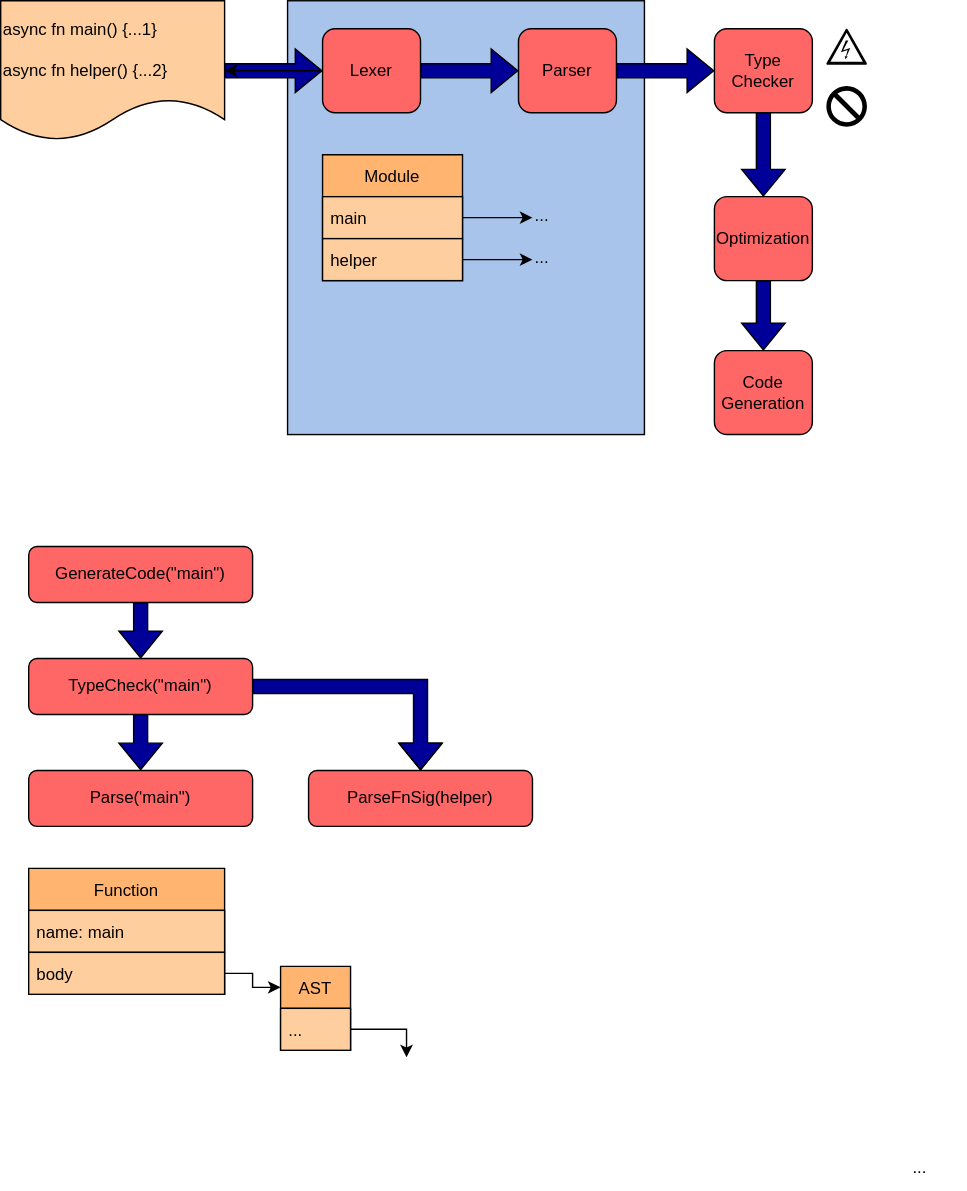
Above: content/images/Salsa-2.drawio.svg in nikomatsakis/plmw-2022 (draw.io), before the change. Source tidied: cells renumbered, new cells last; positions are measured from the earlier drawing's top-left corner, leaving out a move shared by most shapes. Its diagram source:
```xml
<mxGraphModel>
  <root>
    <mxCell id="0" />
    <mxCell id="1" parent="0" />
    <mxCell id="2" style="rounded=0;whiteSpace=wrap;html=1;fillColor=#A9C4EB;align=center;" parent="1" vertex="1">
      <mxGeometry x="205" width="255" height="310" as="geometry" />
    </mxCell>
    <mxCell id="3" style="edgeStyle=orthogonalEdgeStyle;rounded=0;jettySize=auto;html=1;entryX=0;entryY=0.5;entryDx=0;entryDy=0;shape=flexArrow;fillColor=#000099;" parent="1" edge="1" source="4" target="6">
      <mxGeometry relative="1" as="geometry" />
    </mxCell>
    <mxCell id="4" value="&lt;div align=&quot;left&quot;&gt;async fn main() {...1}&lt;/div&gt;&lt;div align=&quot;left&quot;&gt;&lt;br&gt;&lt;/div&gt;&lt;div align=&quot;left&quot;&gt;async fn helper() {...2}&lt;br&gt;&lt;/div&gt;" style="shape=document;whiteSpace=wrap;html=1;boundedLbl=1;align=left;fillColor=#FFCE9F;" parent="1" vertex="1">
      <mxGeometry width="160" height="100" as="geometry" />
    </mxCell>
    <mxCell id="5" style="edgeStyle=orthogonalEdgeStyle;rounded=0;jettySize=auto;html=1;" parent="1" edge="1" source="6" target="4">
      <mxGeometry relative="1" as="geometry" />
    </mxCell>
    <mxCell id="6" value="Lexer" style="rounded=1;whiteSpace=wrap;html=1;align=center;fillColor=#FF6666;" parent="1" vertex="1">
      <mxGeometry x="230" y="20" width="70" height="60" as="geometry" />
    </mxCell>
    <mxCell id="7" value="Module" style="swimlane;fontStyle=0;horizontal=1;startSize=30;align=center;fillColor=#FFB570;strokeColor=#000000;" parent="1" vertex="1">
      <mxGeometry x="230" y="110" width="100" height="90" as="geometry" />
    </mxCell>
    <mxCell id="8" value="main" style="text;strokeColor=#000000;fillColor=#FFCE9F;align=left;verticalAlign=middle;spacingLeft=4;spacingRight=4;overflow=hidden;points=[[0,0.5],[1,0.5]];portConstraint=eastwest;" parent="7" vertex="1">
      <mxGeometry y="30" width="100" height="30" as="geometry" />
    </mxCell>
    <mxCell id="9" value="helper" style="text;strokeColor=#000000;fillColor=#FFCE9F;align=left;verticalAlign=middle;spacingLeft=4;spacingRight=4;overflow=hidden;points=[[0,0.5],[1,0.5]];portConstraint=eastwest;" parent="7" vertex="1">
      <mxGeometry y="60" width="100" height="30" as="geometry" />
    </mxCell>
    <mxCell id="10" style="edgeStyle=orthogonalEdgeStyle;rounded=0;jettySize=auto;html=1;entryX=0;entryY=0.5;entryDx=0;entryDy=0;" parent="1" edge="1" source="8" target="15">
      <mxGeometry relative="1" as="geometry" />
    </mxCell>
    <mxCell id="11" value="..." style="text;whiteSpace=wrap;html=1;" parent="1" vertex="1">
      <mxGeometry x="380" y="170" width="40" height="30" as="geometry" />
    </mxCell>
    <mxCell id="12" style="edgeStyle=orthogonalEdgeStyle;rounded=0;jettySize=auto;html=1;entryX=0;entryY=0.5;entryDx=0;entryDy=0;" parent="1" edge="1" source="9" target="11">
      <mxGeometry relative="1" as="geometry" />
    </mxCell>
    <mxCell id="13" value="&lt;div align=&quot;center&quot;&gt;Parser&lt;/div&gt;" style="rounded=1;whiteSpace=wrap;html=1;align=center;fillColor=#FF6666;" parent="1" vertex="1">
      <mxGeometry x="370" y="20" width="70" height="60" as="geometry" />
    </mxCell>
    <mxCell id="14" style="edgeStyle=orthogonalEdgeStyle;rounded=0;jettySize=auto;html=1;entryX=0;entryY=0.5;entryDx=0;entryDy=0;shape=flexArrow;fillColor=#000099;" parent="1" edge="1" target="13">
      <mxGeometry relative="1" as="geometry">
        <mxPoint x="300" y="50" as="sourcePoint" />
      </mxGeometry>
    </mxCell>
    <mxCell id="15" value="..." style="text;whiteSpace=wrap;html=1;" parent="1" vertex="1">
      <mxGeometry x="380" y="140" width="40" height="30" as="geometry" />
    </mxCell>
    <mxCell id="16" value="&lt;div&gt;Type&lt;/div&gt;&lt;div&gt;Checker&lt;br&gt;&lt;/div&gt;" style="rounded=1;whiteSpace=wrap;html=1;align=center;fillColor=#FF6666;" parent="1" vertex="1">
      <mxGeometry x="510" y="20" width="70" height="60" as="geometry" />
    </mxCell>
    <mxCell id="17" style="edgeStyle=orthogonalEdgeStyle;rounded=0;jettySize=auto;html=1;entryX=0;entryY=0.5;entryDx=0;entryDy=0;shape=flexArrow;fillColor=#000099;" parent="1" edge="1" target="16">
      <mxGeometry relative="1" as="geometry">
        <mxPoint x="440" y="50" as="sourcePoint" />
      </mxGeometry>
    </mxCell>
    <mxCell id="18" value="Optimization" style="rounded=1;whiteSpace=wrap;html=1;align=center;fillColor=#FF6666;" parent="1" vertex="1">
      <mxGeometry x="510" y="140" width="70" height="60" as="geometry" />
    </mxCell>
    <mxCell id="19" style="shape=mxgraph.signs.safety.no;html=1;fillColor=#000000;strokeColor=none;verticalLabelPosition=bottom;verticalAlign=top;align=center;sketch=0;" parent="1" vertex="1">
      <mxGeometry x="590" y="61" width="29" height="29" as="geometry" />
    </mxCell>
    <mxCell id="20" style="shape=mxgraph.signs.safety.high_voltage_3;html=1;fillColor=#000000;strokeColor=none;verticalLabelPosition=bottom;verticalAlign=top;align=center;sketch=0;" parent="1" vertex="1">
      <mxGeometry x="590" y="20" width="29" height="25.8" as="geometry" />
    </mxCell>
    <mxCell id="21" style="edgeStyle=orthogonalEdgeStyle;rounded=0;jettySize=auto;html=1;shape=flexArrow;fillColor=#000099;exitX=0.5;exitY=1;exitDx=0;exitDy=0;" parent="1" edge="1" source="16" target="18">
      <mxGeometry relative="1" as="geometry" />
    </mxCell>
    <mxCell id="22" value="Code Generation" style="rounded=1;whiteSpace=wrap;html=1;align=center;fillColor=#FF6666;" parent="1" vertex="1">
      <mxGeometry x="510" y="250" width="70" height="60" as="geometry" />
    </mxCell>
    <mxCell id="23" style="edgeStyle=orthogonalEdgeStyle;rounded=0;jettySize=auto;html=1;shape=flexArrow;fillColor=#000099;" parent="1" edge="1" target="22">
      <mxGeometry relative="1" as="geometry">
        <mxPoint x="545" y="200" as="sourcePoint" />
      </mxGeometry>
    </mxCell>
    <mxCell id="24" value="GenerateCode(&quot;main&quot;)" style="rounded=1;whiteSpace=wrap;html=1;align=center;fillColor=#FF6666;" parent="1" vertex="1">
      <mxGeometry x="20" y="390" width="160" height="40" as="geometry" />
    </mxCell>
    <mxCell id="25" value="TypeCheck(&quot;main&quot;)" style="rounded=1;whiteSpace=wrap;html=1;align=center;fillColor=#FF6666;" parent="1" vertex="1">
      <mxGeometry x="20" y="470" width="160" height="40" as="geometry" />
    </mxCell>
    <mxCell id="26" value="Parse('main&quot;)" style="rounded=1;whiteSpace=wrap;html=1;align=center;fillColor=#FF6666;" parent="1" vertex="1">
      <mxGeometry x="20" y="550" width="160" height="40" as="geometry" />
    </mxCell>
    <mxCell id="27" value="ParseFnSig(helper)" style="rounded=1;whiteSpace=wrap;html=1;align=center;fillColor=#FF6666;" parent="1" vertex="1">
      <mxGeometry x="220" y="550" width="160" height="40" as="geometry" />
    </mxCell>
    <mxCell id="28" style="edgeStyle=orthogonalEdgeStyle;rounded=0;jettySize=auto;html=1;shape=flexArrow;fillColor=#000099;exitX=0.5;exitY=1;exitDx=0;exitDy=0;" parent="1" edge="1" source="24" target="25">
      <mxGeometry relative="1" as="geometry" />
    </mxCell>
    <mxCell id="29" style="edgeStyle=orthogonalEdgeStyle;rounded=0;jettySize=auto;html=1;shape=flexArrow;fillColor=#000099;entryX=0.5;entryY=0;entryDx=0;entryDy=0;" parent="1" edge="1" target="26">
      <mxGeometry relative="1" as="geometry">
        <mxPoint x="100" y="510" as="sourcePoint" />
      </mxGeometry>
    </mxCell>
    <mxCell id="30" style="edgeStyle=orthogonalEdgeStyle;rounded=0;jettySize=auto;html=1;shape=flexArrow;fillColor=#000099;exitX=1;exitY=0.5;exitDx=0;exitDy=0;" parent="1" edge="1" source="25" target="27">
      <mxGeometry relative="1" as="geometry" />
    </mxCell>
    <mxCell id="31" value="Function" style="swimlane;fontStyle=0;horizontal=1;startSize=30;align=center;strokeColor=#000000;fillColor=#FFB570;" parent="1" vertex="1">
      <mxGeometry x="20" y="620" width="140" height="90" as="geometry" />
    </mxCell>
    <mxCell id="32" value="name: main" style="text;strokeColor=#000000;fillColor=#FFCE9F;align=left;verticalAlign=middle;spacingLeft=4;spacingRight=4;overflow=hidden;" parent="31" vertex="1">
      <mxGeometry y="30" width="140" height="30" as="geometry" />
    </mxCell>
    <mxCell id="33" value="body" style="text;strokeColor=#000000;fillColor=#FFCE9F;align=left;verticalAlign=middle;spacingLeft=4;spacingRight=4;overflow=hidden;points=[[0,0.5],[1,0.5]];portConstraint=eastwest;" parent="31" vertex="1">
      <mxGeometry y="60" width="140" height="30" as="geometry" />
    </mxCell>
    <mxCell id="34" value="AST" style="swimlane;fontStyle=0;horizontal=1;startSize=30;align=center;fillColor=#FFB570;strokeColor=#000000;" parent="1" vertex="1">
      <mxGeometry x="200" y="690" width="50" height="60" as="geometry" />
    </mxCell>
    <mxCell id="35" value="..." style="text;strokeColor=#000000;fillColor=#FFCE9F;align=left;verticalAlign=middle;spacingLeft=4;spacingRight=4;overflow=hidden;points=[[0,0.5],[1,0.5]];portConstraint=eastwest;" parent="34" vertex="1">
      <mxGeometry y="30" width="50" height="30" as="geometry" />
    </mxCell>
    <mxCell id="36" style="edgeStyle=orthogonalEdgeStyle;rounded=0;jettySize=auto;html=1;exitX=1;exitY=0.5;exitDx=0;exitDy=0;entryX=0;entryY=0.25;entryDx=0;entryDy=0;" parent="1" edge="1" source="33" target="34">
      <mxGeometry relative="1" as="geometry" />
    </mxCell>
    <mxCell id="37" value="..." style="text;whiteSpace=wrap;html=1;" parent="1" vertex="1">
      <mxGeometry x="650" y="820" width="40" height="30" as="geometry" />
    </mxCell>
    <mxCell id="38" style="edgeStyle=orthogonalEdgeStyle;rounded=0;jettySize=auto;html=1;entryX=0;entryY=0.5;entryDx=0;entryDy=0;" parent="1" edge="1" source="35">
      <mxGeometry relative="1" as="geometry">
        <mxPoint x="290" y="755" as="targetPoint" />
      </mxGeometry>
    </mxCell>
  </root>
</mxGraphModel>
```
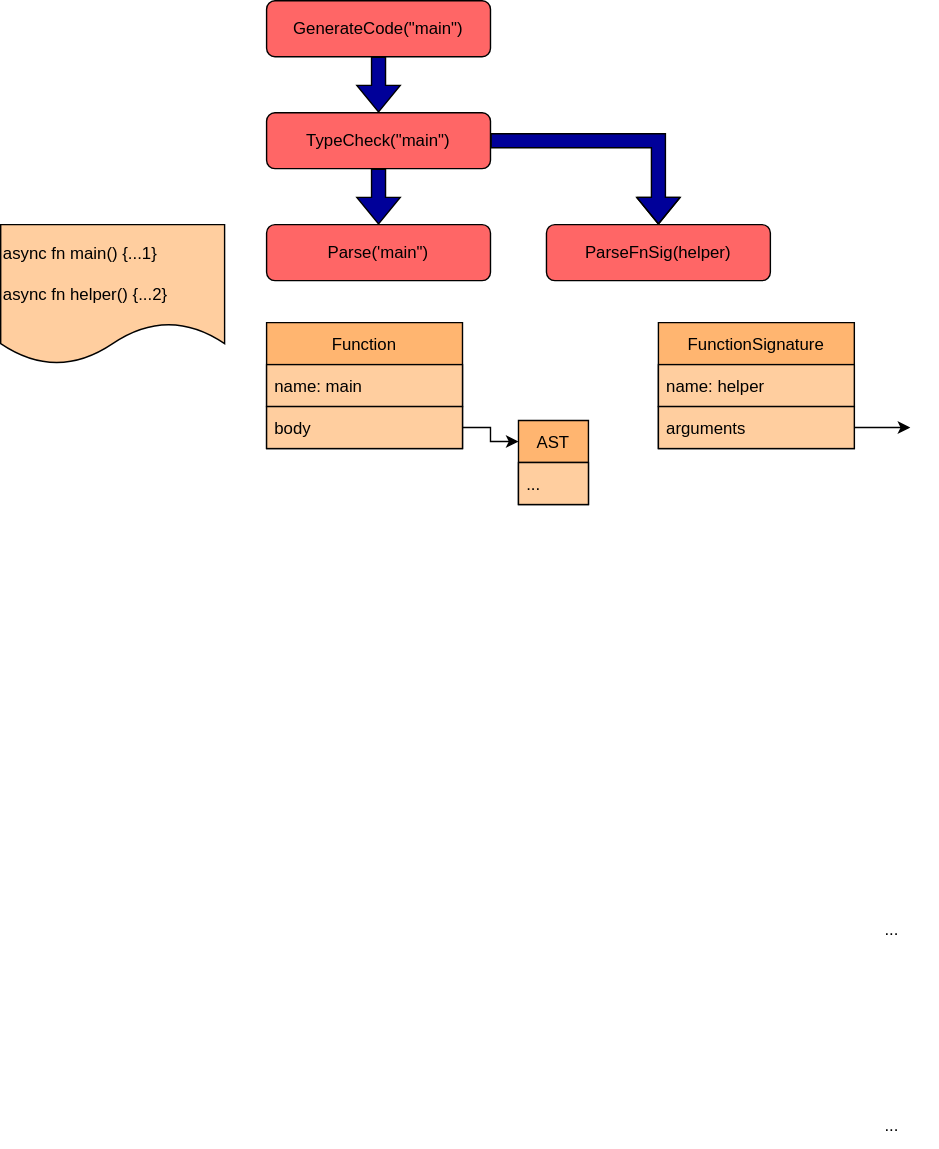
Above is the later version.

Diff of the diagram source:
```diff
@@ -2,78 +2,6 @@
   <root>
     <mxCell id="0" />
     <mxCell id="1" parent="0" />
-    <mxCell id="2" style="rounded=0;whiteSpace=wrap;html=1;fillColor=#A9C4EB;align=center;" parent="1" vertex="1">
-      <mxGeometry x="205" width="255" height="310" as="geometry" />
-    </mxCell>
-    <mxCell id="3" style="edgeStyle=orthogonalEdgeStyle;rounded=0;jettySize=auto;html=1;entryX=0;entryY=0.5;entryDx=0;entryDy=0;shape=flexArrow;fillColor=#000099;" parent="1" edge="1" source="4" target="6">
-      <mxGeometry relative="1" as="geometry" />
-    </mxCell>
-    <mxCell id="4" value="&lt;div align=&quot;left&quot;&gt;async fn main() {...1}&lt;/div&gt;&lt;div align=&quot;left&quot;&gt;&lt;br&gt;&lt;/div&gt;&lt;div align=&quot;left&quot;&gt;async fn helper() {...2}&lt;br&gt;&lt;/div&gt;" style="shape=document;whiteSpace=wrap;html=1;boundedLbl=1;align=left;fillColor=#FFCE9F;" parent="1" vertex="1">
-      <mxGeometry width="160" height="100" as="geometry" />
-    </mxCell>
-    <mxCell id="5" style="edgeStyle=orthogonalEdgeStyle;rounded=0;jettySize=auto;html=1;" parent="1" edge="1" source="6" target="4">
-      <mxGeometry relative="1" as="geometry" />
-    </mxCell>
-    <mxCell id="6" value="Lexer" style="rounded=1;whiteSpace=wrap;html=1;align=center;fillColor=#FF6666;" parent="1" vertex="1">
-      <mxGeometry x="230" y="20" width="70" height="60" as="geometry" />
-    </mxCell>
-    <mxCell id="7" value="Module" style="swimlane;fontStyle=0;horizontal=1;startSize=30;align=center;fillColor=#FFB570;strokeColor=#000000;" parent="1" vertex="1">
-      <mxGeometry x="230" y="110" width="100" height="90" as="geometry" />
-    </mxCell>
-    <mxCell id="8" value="main" style="text;strokeColor=#000000;fillColor=#FFCE9F;align=left;verticalAlign=middle;spacingLeft=4;spacingRight=4;overflow=hidden;points=[[0,0.5],[1,0.5]];portConstraint=eastwest;" parent="7" vertex="1">
-      <mxGeometry y="30" width="100" height="30" as="geometry" />
-    </mxCell>
-    <mxCell id="9" value="helper" style="text;strokeColor=#000000;fillColor=#FFCE9F;align=left;verticalAlign=middle;spacingLeft=4;spacingRight=4;overflow=hidden;points=[[0,0.5],[1,0.5]];portConstraint=eastwest;" parent="7" vertex="1">
-      <mxGeometry y="60" width="100" height="30" as="geometry" />
-    </mxCell>
-    <mxCell id="10" style="edgeStyle=orthogonalEdgeStyle;rounded=0;jettySize=auto;html=1;entryX=0;entryY=0.5;entryDx=0;entryDy=0;" parent="1" edge="1" source="8" target="15">
-      <mxGeometry relative="1" as="geometry" />
-    </mxCell>
-    <mxCell id="11" value="..." style="text;whiteSpace=wrap;html=1;" parent="1" vertex="1">
-      <mxGeometry x="380" y="170" width="40" height="30" as="geometry" />
-    </mxCell>
-    <mxCell id="12" style="edgeStyle=orthogonalEdgeStyle;rounded=0;jettySize=auto;html=1;entryX=0;entryY=0.5;entryDx=0;entryDy=0;" parent="1" edge="1" source="9" target="11">
-      <mxGeometry relative="1" as="geometry" />
-    </mxCell>
-    <mxCell id="13" value="&lt;div align=&quot;center&quot;&gt;Parser&lt;/div&gt;" style="rounded=1;whiteSpace=wrap;html=1;align=center;fillColor=#FF6666;" parent="1" vertex="1">
-      <mxGeometry x="370" y="20" width="70" height="60" as="geometry" />
-    </mxCell>
-    <mxCell id="14" style="edgeStyle=orthogonalEdgeStyle;rounded=0;jettySize=auto;html=1;entryX=0;entryY=0.5;entryDx=0;entryDy=0;shape=flexArrow;fillColor=#000099;" parent="1" edge="1" target="13">
-      <mxGeometry relative="1" as="geometry">
-        <mxPoint x="300" y="50" as="sourcePoint" />
-      </mxGeometry>
-    </mxCell>
-    <mxCell id="15" value="..." style="text;whiteSpace=wrap;html=1;" parent="1" vertex="1">
-      <mxGeometry x="380" y="140" width="40" height="30" as="geometry" />
-    </mxCell>
-    <mxCell id="16" value="&lt;div&gt;Type&lt;/div&gt;&lt;div&gt;Checker&lt;br&gt;&lt;/div&gt;" style="rounded=1;whiteSpace=wrap;html=1;align=center;fillColor=#FF6666;" parent="1" vertex="1">
-      <mxGeometry x="510" y="20" width="70" height="60" as="geometry" />
-    </mxCell>
-    <mxCell id="17" style="edgeStyle=orthogonalEdgeStyle;rounded=0;jettySize=auto;html=1;entryX=0;entryY=0.5;entryDx=0;entryDy=0;shape=flexArrow;fillColor=#000099;" parent="1" edge="1" target="16">
-      <mxGeometry relative="1" as="geometry">
-        <mxPoint x="440" y="50" as="sourcePoint" />
-      </mxGeometry>
-    </mxCell>
-    <mxCell id="18" value="Optimization" style="rounded=1;whiteSpace=wrap;html=1;align=center;fillColor=#FF6666;" parent="1" vertex="1">
-      <mxGeometry x="510" y="140" width="70" height="60" as="geometry" />
-    </mxCell>
-    <mxCell id="19" style="shape=mxgraph.signs.safety.no;html=1;fillColor=#000000;strokeColor=none;verticalLabelPosition=bottom;verticalAlign=top;align=center;sketch=0;" parent="1" vertex="1">
-      <mxGeometry x="590" y="61" width="29" height="29" as="geometry" />
-    </mxCell>
-    <mxCell id="20" style="shape=mxgraph.signs.safety.high_voltage_3;html=1;fillColor=#000000;strokeColor=none;verticalLabelPosition=bottom;verticalAlign=top;align=center;sketch=0;" parent="1" vertex="1">
-      <mxGeometry x="590" y="20" width="29" height="25.8" as="geometry" />
-    </mxCell>
-    <mxCell id="21" style="edgeStyle=orthogonalEdgeStyle;rounded=0;jettySize=auto;html=1;shape=flexArrow;fillColor=#000099;exitX=0.5;exitY=1;exitDx=0;exitDy=0;" parent="1" edge="1" source="16" target="18">
-      <mxGeometry relative="1" as="geometry" />
-    </mxCell>
-    <mxCell id="22" value="Code Generation" style="rounded=1;whiteSpace=wrap;html=1;align=center;fillColor=#FF6666;" parent="1" vertex="1">
-      <mxGeometry x="510" y="250" width="70" height="60" as="geometry" />
-    </mxCell>
-    <mxCell id="23" style="edgeStyle=orthogonalEdgeStyle;rounded=0;jettySize=auto;html=1;shape=flexArrow;fillColor=#000099;" parent="1" edge="1" target="22">
-      <mxGeometry relative="1" as="geometry">
-        <mxPoint x="545" y="200" as="sourcePoint" />
-      </mxGeometry>
-    </mxCell>
     <mxCell id="24" value="GenerateCode(&quot;main&quot;)" style="rounded=1;whiteSpace=wrap;html=1;align=center;fillColor=#FF6666;" parent="1" vertex="1">
       <mxGeometry x="20" y="390" width="160" height="40" as="geometry" />
     </mxCell>
@@ -116,12 +44,27 @@
       <mxGeometry relative="1" as="geometry" />
     </mxCell>
     <mxCell id="37" value="..." style="text;whiteSpace=wrap;html=1;" parent="1" vertex="1">
-      <mxGeometry x="650" y="820" width="40" height="30" as="geometry" />
+      <mxGeometry x="460" y="1180" width="40" height="30" as="geometry" />
     </mxCell>
-    <mxCell id="38" style="edgeStyle=orthogonalEdgeStyle;rounded=0;jettySize=auto;html=1;entryX=0;entryY=0.5;entryDx=0;entryDy=0;" parent="1" edge="1" source="35">
-      <mxGeometry relative="1" as="geometry">
-        <mxPoint x="290" y="755" as="targetPoint" />
-      </mxGeometry>
-    </mxCell>
+    <mxCell id="39" value="FunctionSignature" style="swimlane;fontStyle=0;horizontal=1;startSize=30;align=center;strokeColor=#000000;fillColor=#FFB570;" parent="1" vertex="1">
+      <mxGeometry x="300" y="620" width="140" height="90" as="geometry" />
+    </mxCell>
+    <mxCell id="40" value="name: helper" style="text;strokeColor=#000000;fillColor=#FFCE9F;align=left;verticalAlign=middle;spacingLeft=4;spacingRight=4;overflow=hidden;" parent="39" vertex="1">
+      <mxGeometry y="30" width="140" height="30" as="geometry" />
+    </mxCell>
+    <mxCell id="41" value="arguments" style="text;strokeColor=#000000;fillColor=#FFCE9F;align=left;verticalAlign=middle;spacingLeft=4;spacingRight=4;overflow=hidden;points=[[0,0.5],[1,0.5]];portConstraint=eastwest;" parent="39" vertex="1">
+      <mxGeometry y="60" width="140" height="30" as="geometry" />
+    </mxCell>
+    <mxCell id="42" value="..." style="text;whiteSpace=wrap;html=1;" parent="1" vertex="1">
+      <mxGeometry x="460" y="1040" width="40" height="30" as="geometry" />
+    </mxCell>
+    <mxCell id="43" style="edgeStyle=orthogonalEdgeStyle;rounded=0;jettySize=auto;html=1;" parent="1" edge="1" source="41">
+      <mxGeometry relative="1" as="geometry">
+        <mxPoint x="480" y="695" as="targetPoint" />
+      </mxGeometry>
+    </mxCell>
+    <mxCell id="4" value="&lt;div align=&quot;left&quot;&gt;async fn main() {...1}&lt;/div&gt;&lt;div align=&quot;left&quot;&gt;&lt;br&gt;&lt;/div&gt;&lt;div align=&quot;left&quot;&gt;async fn helper() {...2}&lt;br&gt;&lt;/div&gt;" style="shape=document;whiteSpace=wrap;html=1;boundedLbl=1;align=left;fillColor=#FFCE9F;" parent="1" vertex="1">
+      <mxGeometry x="-170" y="550" width="160" height="100" as="geometry" />
+    </mxCell>
   </root>
 </mxGraphModel>
```
